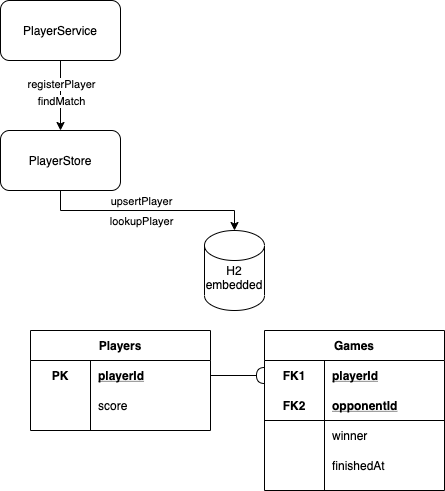
The draw.io diagram img/component.png in insdami/cr, before a commit. Source tidied: cells renumbered, new cells last; positions are measured from the earlier drawing's top-left corner, leaving out a move shared by most shapes.
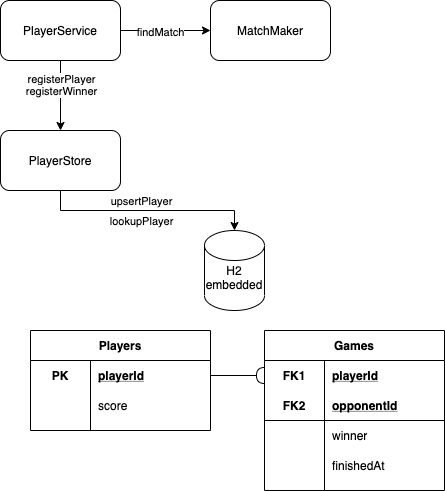
After the change.

The edit, as a diff of the source:
```diff
@@ -88,13 +88,24 @@
       <mxGeometry relative="1" as="geometry" />
     </mxCell>
     <mxCell id="29" value="registerPlayer" style="edgeLabel;html=1;align=center;verticalAlign=middle;" parent="28" vertex="1">
-      <mxGeometry x="-0.34" relative="1" as="geometry" />
+      <mxGeometry x="-0.34" relative="1" as="geometry">
+        <mxPoint y="-5" as="offset" />
+      </mxGeometry>
     </mxCell>
+    <mxCell id="32" style="edgeStyle=orthogonalEdgeStyle;rounded=0;jettySize=auto;html=1;exitX=1;exitY=0.5;exitDx=0;exitDy=0;entryX=0;entryY=0.5;entryDx=0;entryDy=0;endArrow=classic;endFill=1;" parent="1" edge="1" source="30" target="33">
+      <mxGeometry relative="1" as="geometry" />
+    </mxCell>
+    <mxCell id="31" value="findMatch" style="edgeLabel;html=1;align=center;verticalAlign=middle;" parent="32" vertex="1">
+      <mxGeometry x="-0.13" y="-1" relative="1" as="geometry" />
+    </mxCell>
     <mxCell id="30" value="PlayerService" style="rounded=1;whiteSpace=wrap;html=1;" parent="1" vertex="1">
       <mxGeometry width="120" height="60" as="geometry" />
     </mxCell>
-    <mxCell id="31" value="findMatch" style="edgeLabel;html=1;align=center;verticalAlign=middle;" parent="1" vertex="1">
-      <mxGeometry x="60" y="100" as="geometry" />
-    </mxCell>
+    <mxCell id="33" value="MatchMaker" style="rounded=1;whiteSpace=wrap;html=1;" parent="1" vertex="1">
+      <mxGeometry x="210" width="120" height="60" as="geometry" />
+    </mxCell>
+    <mxCell id="34" value="registerWinner" style="edgeLabel;html=1;align=center;verticalAlign=middle;" parent="1" vertex="1">
+      <mxGeometry x="60" y="90" as="geometry" />
+    </mxCell>
   </root>
 </mxGraphModel>
```
